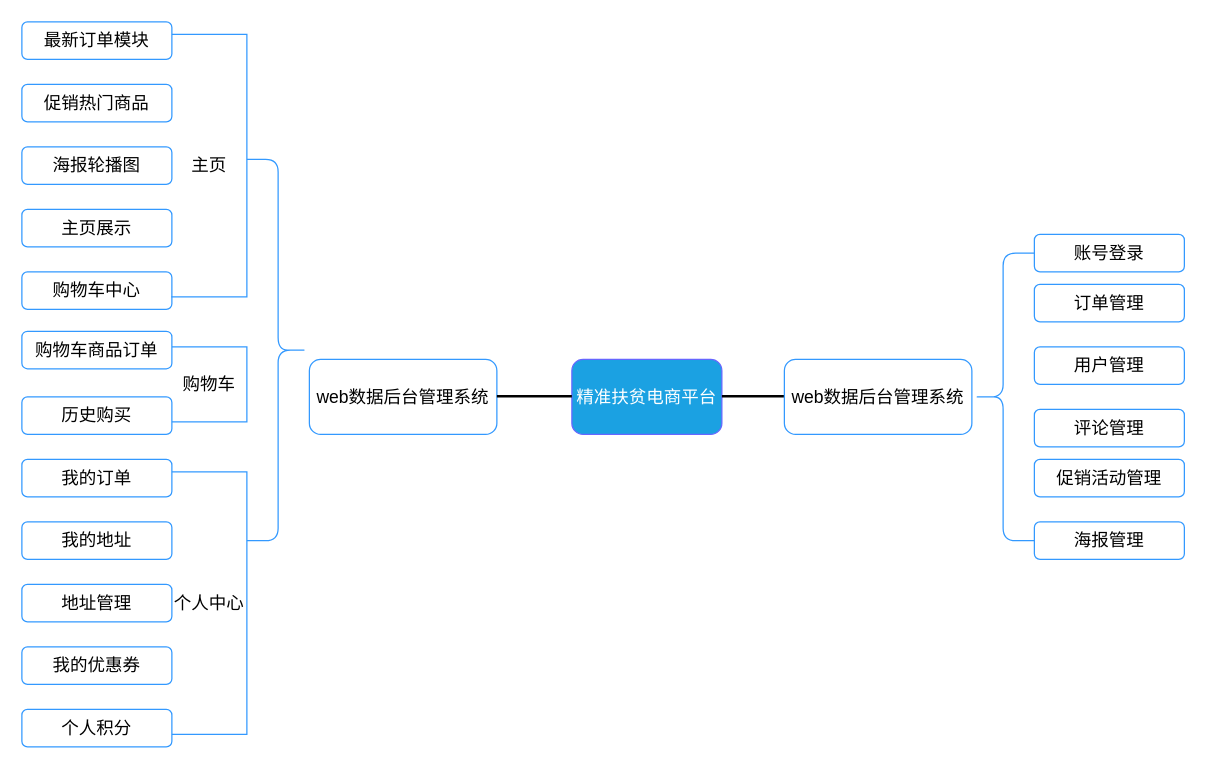
Above: 论文思维导图.drawio in xp-bear/drawio (draw.io), before the change. Source tidied: cells renumbered, new cells numbered last; positions are measured from the earlier drawing's top-left corner, leaving out a move shared by most shapes. Both pictures are drawn from the tidied source at 125%, with x=0, y=0 at pixel (21, 21).
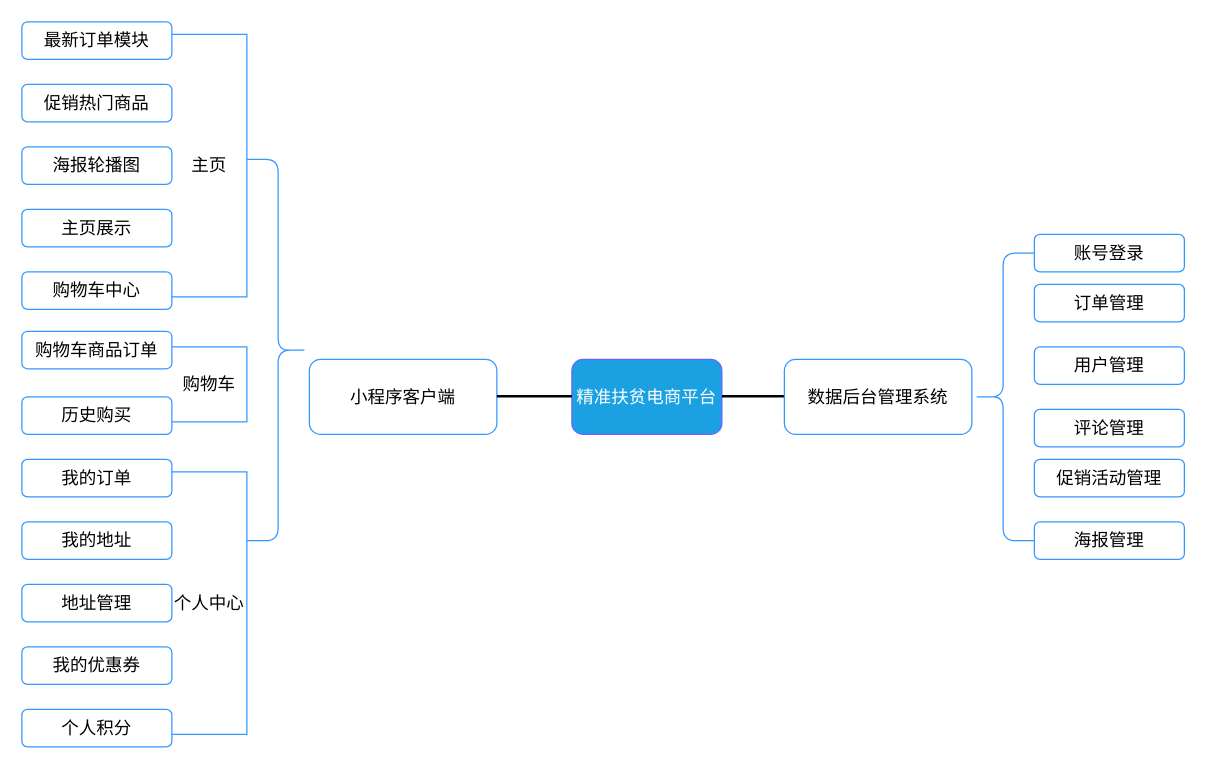
The same page after the edit.

Commit message:
论文思维导图完成.drawio

What changed in the source:
```diff
@@
-    <mxCell id="4" value="web数据后台管理系统" style="rounded=1;whiteSpace=wrap;html=1;fontSize=14;strokeColor=#3399FF;strokeWidth=1;gradientColor=none;" parent="1" vertex="1">
+    <mxCell id="4" value="数据后台管理系统" style="rounded=1;whiteSpace=wrap;html=1;fontSize=14;strokeColor=#3399FF;strokeWidth=1;gradientColor=none;" parent="1" vertex="1">
       <mxGeometry x="610" y="270" width="150" height="60" as="geometry" />
     </mxCell>
@@
-    <mxCell id="13" value="web数据后台管理系统" style="rounded=1;whiteSpace=wrap;html=1;fontSize=14;strokeColor=#3399FF;strokeWidth=1;gradientColor=none;" parent="1" vertex="1">
+    <mxCell id="13" value="小程序客户端" style="rounded=1;whiteSpace=wrap;html=1;fontSize=14;strokeColor=#3399FF;strokeWidth=1;gradientColor=none;" parent="1" vertex="1">
       <mxGeometry x="230" y="270" width="150" height="60" as="geometry" />
     </mxCell>
```
